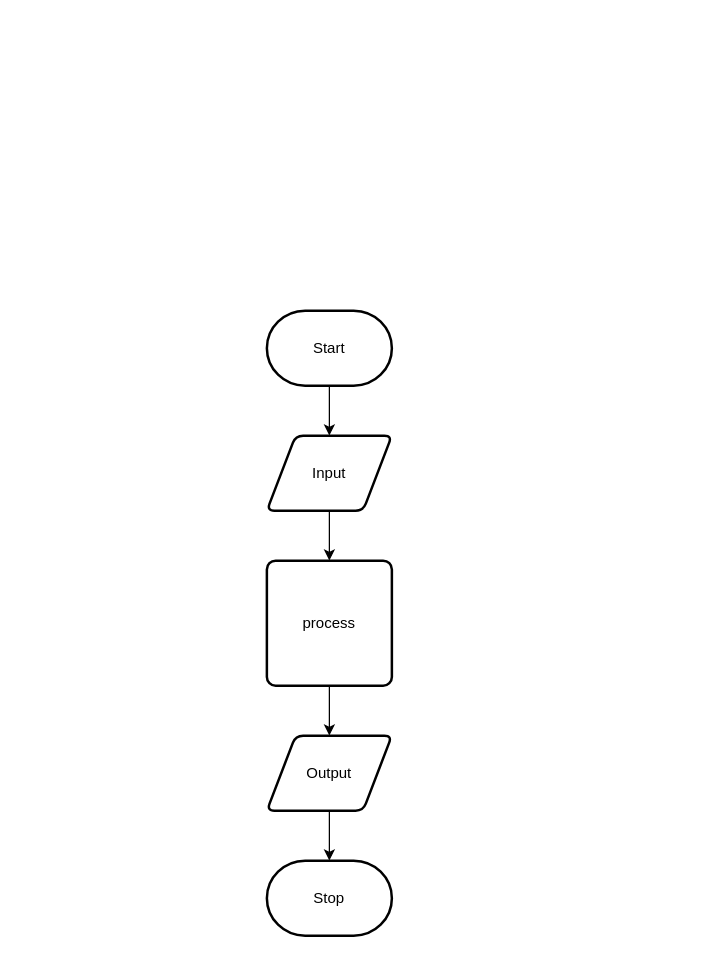
Earlier version of the draw.io diagram design/flow-chart.drawio (Emmanuel-Fofeyin/ICS2O-Unit5-07-HTML). Source tidied: cells renumbered, new cells numbered last; positions are measured from the earlier drawing's top-left corner, leaving out a move shared by most shapes. Both pictures are drawn from the tidied source at 125%, with x=0, y=0 at pixel (266, 310).
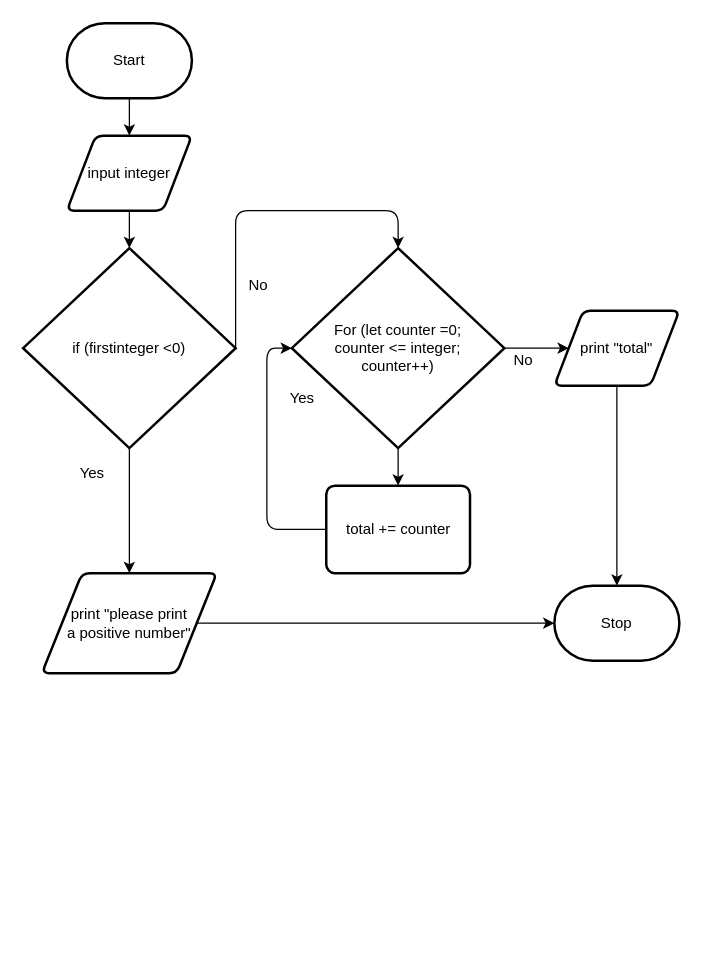
After the change.

The edit, as a diff of the source:
```diff
@@
     <mxCell id="3" value="Start" style="strokeWidth=2;html=1;shape=mxgraph.flowchart.terminator;whiteSpace=wrap;" parent="1" vertex="1">
-      <mxGeometry width="100" height="60" as="geometry" />
+      <mxGeometry x="-160" y="-230" width="100" height="60" as="geometry" />
     </mxCell>
-    <mxCell id="4" style="edgeStyle=none;html=1;" parent="1" edge="1" source="5" target="7">
-      <mxGeometry relative="1" as="geometry" />
-    </mxCell>
-    <mxCell id="5" value="Input" style="shape=parallelogram;html=1;strokeWidth=2;perimeter=parallelogramPerimeter;whiteSpace=wrap;rounded=1;arcSize=12;size=0.23;" parent="1" vertex="1">
-      <mxGeometry y="100" width="100" height="60" as="geometry" />
+    <mxCell id="5" value="input integer" style="shape=parallelogram;html=1;strokeWidth=2;perimeter=parallelogramPerimeter;whiteSpace=wrap;rounded=1;arcSize=12;size=0.23;" parent="1" vertex="1">
+      <mxGeometry x="-160" y="-140" width="100" height="60" as="geometry" />
     </mxCell>
-    <mxCell id="6" style="edgeStyle=none;html=1;" parent="1" edge="1" source="7" target="9">
-      <mxGeometry relative="1" as="geometry" />
-    </mxCell>
-    <mxCell id="7" value="process" style="rounded=1;whiteSpace=wrap;html=1;absoluteArcSize=1;arcSize=14;strokeWidth=2;" parent="1" vertex="1">
-      <mxGeometry y="200" width="100" height="100" as="geometry" />
-    </mxCell>
-    <mxCell id="8" style="edgeStyle=none;html=1;" parent="1" edge="1" source="9" target="10">
-      <mxGeometry relative="1" as="geometry" />
+    <mxCell id="8" value="For (let counter =0;&lt;br&gt;counter &amp;lt;= integer;&lt;br&gt;counter++)" style="strokeWidth=2;html=1;shape=mxgraph.flowchart.decision;whiteSpace=wrap;" parent="1" vertex="1">
+      <mxGeometry x="20" y="-50" width="170" height="160" as="geometry" />
     </mxCell>
-    <mxCell id="9" value="Output" style="shape=parallelogram;html=1;strokeWidth=2;perimeter=parallelogramPerimeter;whiteSpace=wrap;rounded=1;arcSize=12;size=0.23;" parent="1" vertex="1">
-      <mxGeometry y="340" width="100" height="60" as="geometry" />
-    </mxCell>
+    <mxCell id="11" value="total += counter" style="rounded=1;whiteSpace=wrap;html=1;absoluteArcSize=1;arcSize=14;strokeWidth=2;" parent="1" vertex="1">
+      <mxGeometry x="47.5" y="140" width="115" height="70" as="geometry" />
+    </mxCell>
+    <mxCell id="12" style="edgeStyle=none;html=1;exitX=1;exitY=0.5;exitDx=0;exitDy=0;entryX=0;entryY=0.5;entryDx=0;entryDy=0;entryPerimeter=0;" parent="1" edge="1" source="13" target="10">
+      <mxGeometry relative="1" as="geometry" />
+    </mxCell>
     <mxCell id="10" value="Stop" style="strokeWidth=2;html=1;shape=mxgraph.flowchart.terminator;whiteSpace=wrap;" parent="1" vertex="1">
-      <mxGeometry y="440" width="100" height="60" as="geometry" />
+      <mxGeometry x="230" y="220" width="100" height="60" as="geometry" />
     </mxCell>
+    <mxCell id="13" value="print &quot;please print&lt;br&gt;a positive number&quot;" style="shape=parallelogram;html=1;strokeWidth=2;perimeter=parallelogramPerimeter;whiteSpace=wrap;rounded=1;arcSize=12;size=0.23;" parent="1" vertex="1">
+      <mxGeometry x="-180" y="210" width="140" height="80" as="geometry" />
+    </mxCell>
+    <mxCell id="14" value="if (firstinteger &amp;lt;0)" style="strokeWidth=2;html=1;shape=mxgraph.flowchart.decision;whiteSpace=wrap;" parent="1" vertex="1">
+      <mxGeometry x="-195" y="-50" width="170" height="160" as="geometry" />
+    </mxCell>
+    <mxCell id="15" value="print &quot;total&quot;" style="shape=parallelogram;html=1;strokeWidth=2;perimeter=parallelogramPerimeter;whiteSpace=wrap;rounded=1;arcSize=12;size=0.23;" parent="1" vertex="1">
+      <mxGeometry x="230" width="100" height="60" as="geometry" />
+    </mxCell>
+    <mxCell id="16" style="edgeStyle=none;html=1;exitX=0.5;exitY=1;exitDx=0;exitDy=0;entryX=0.5;entryY=0;entryDx=0;entryDy=0;entryPerimeter=0;" parent="1" edge="1" source="5" target="14">
+      <mxGeometry relative="1" as="geometry" />
+    </mxCell>
+    <mxCell id="17" style="edgeStyle=none;html=1;exitX=0.5;exitY=1;exitDx=0;exitDy=0;entryX=0.5;entryY=0;entryDx=0;entryDy=0;exitPerimeter=0;" parent="1" edge="1" source="14" target="13">
+      <mxGeometry relative="1" as="geometry" />
+    </mxCell>
+    <mxCell id="18" style="edgeStyle=none;html=1;exitX=0.5;exitY=1;exitDx=0;exitDy=0;entryX=0.5;entryY=0;entryDx=0;entryDy=0;entryPerimeter=0;" parent="1" edge="1" source="15" target="10">
+      <mxGeometry relative="1" as="geometry" />
+    </mxCell>
+    <mxCell id="19" style="edgeStyle=none;html=1;exitX=0.5;exitY=1;exitDx=0;exitDy=0;entryX=0.5;entryY=0;entryDx=0;entryDy=0;exitPerimeter=0;" parent="1" edge="1" source="8" target="11">
+      <mxGeometry relative="1" as="geometry" />
+    </mxCell>
+    <mxCell id="20" style="edgeStyle=segmentEdgeStyle;endArrow=classic;html=1;exitX=0;exitY=0.5;exitDx=0;exitDy=0;entryX=0;entryY=0.5;entryDx=0;entryDy=0;entryPerimeter=0;" parent="1" edge="1" source="11" target="8">
+      <mxGeometry relative="1" as="geometry">
+        <Array as="points">
+          <mxPoint y="175" />
+          <mxPoint y="30" />
+        </Array>
+      </mxGeometry>
+    </mxCell>
+    <mxCell id="21" style="edgeStyle=segmentEdgeStyle;endArrow=classic;html=1;exitX=1;exitY=0.5;exitDx=0;exitDy=0;entryX=0.5;entryY=0;entryDx=0;entryDy=0;entryPerimeter=0;exitPerimeter=0;" parent="1" edge="1" source="14" target="8">
+      <mxGeometry relative="1" as="geometry">
+        <Array as="points">
+          <mxPoint x="-25" y="-80" />
+          <mxPoint x="105" y="-80" />
+        </Array>
+      </mxGeometry>
+    </mxCell>
+    <mxCell id="22" value="Yes&lt;br&gt;" style="text;html=1;align=center;verticalAlign=middle;strokeColor=none;fillColor=none;" parent="1" vertex="1">
+      <mxGeometry x="7.5" y="60" width="40" height="20" as="geometry" />
+    </mxCell>
+    <mxCell id="23" value="Yes&lt;br&gt;" style="text;html=1;align=center;verticalAlign=middle;strokeColor=none;fillColor=none;" parent="1" vertex="1">
+      <mxGeometry x="-160" y="120" width="40" height="20" as="geometry" />
+    </mxCell>
+    <mxCell id="24" value="No" style="text;html=1;align=center;verticalAlign=middle;strokeColor=none;fillColor=none;" parent="1" vertex="1">
+      <mxGeometry x="-22.5" y="-30" width="30" height="20" as="geometry" />
+    </mxCell>
+    <mxCell id="25" style="edgeStyle=none;html=1;exitX=1;exitY=0.5;exitDx=0;exitDy=0;entryX=0;entryY=0.5;entryDx=0;entryDy=0;exitPerimeter=0;" parent="1" edge="1" source="8" target="15">
+      <mxGeometry relative="1" as="geometry" />
+    </mxCell>
+    <mxCell id="26" value="No" style="text;html=1;align=center;verticalAlign=middle;strokeColor=none;fillColor=none;" parent="1" vertex="1">
+      <mxGeometry x="190" y="30" width="30" height="20" as="geometry" />
+    </mxCell>
```
